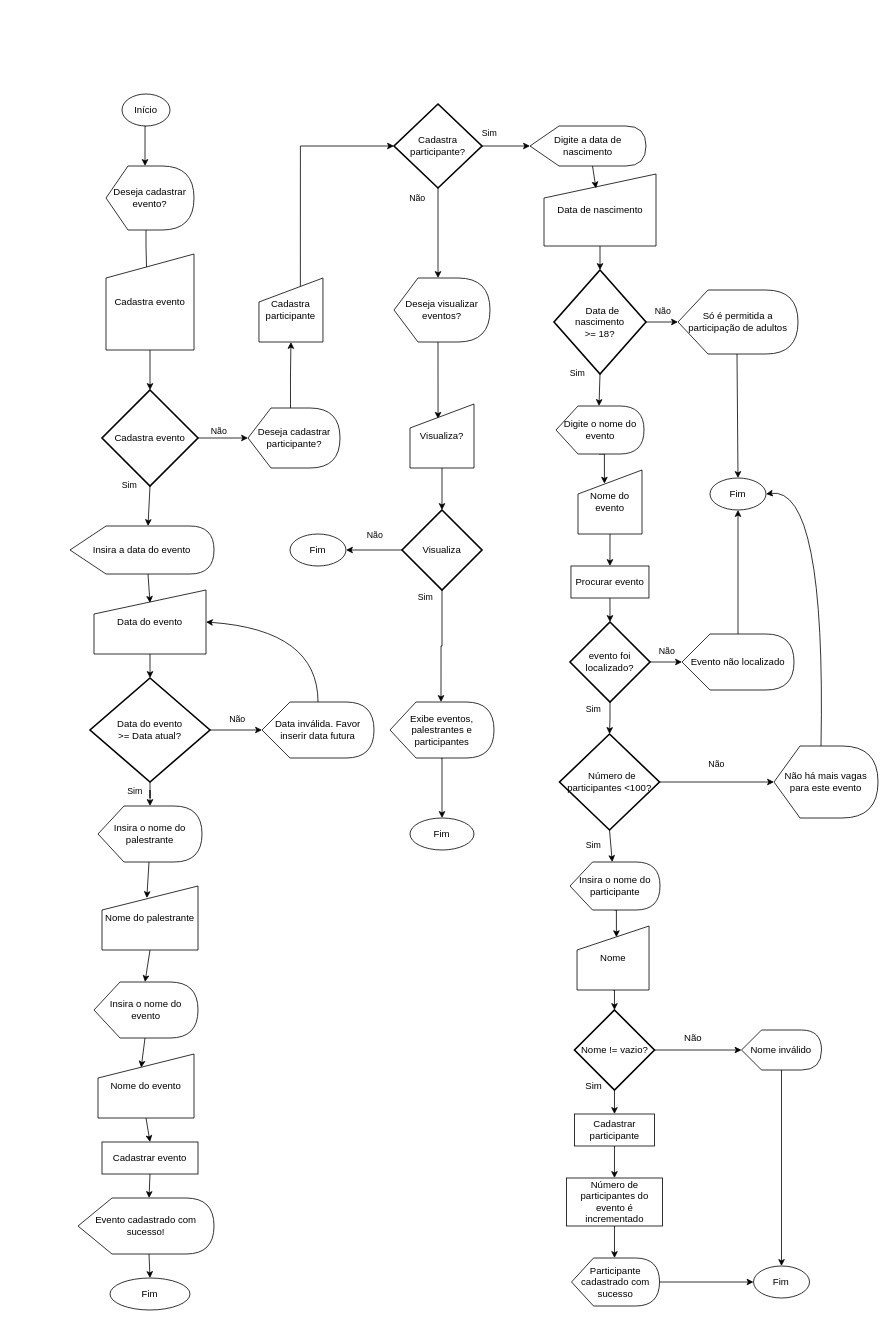
Before: UC8-AtividadeRemota.drawio in AildoJr/AulaRemotaLogProgSenai, a draw.io diagram. Source tidied: cells renumbered, new cells numbered last; positions are measured from the earlier drawing's top-left corner, leaving out a move shared by most shapes. Both pictures are drawn from the tidied source at 80%, with x=0, y=0 at pixel (14, 14).
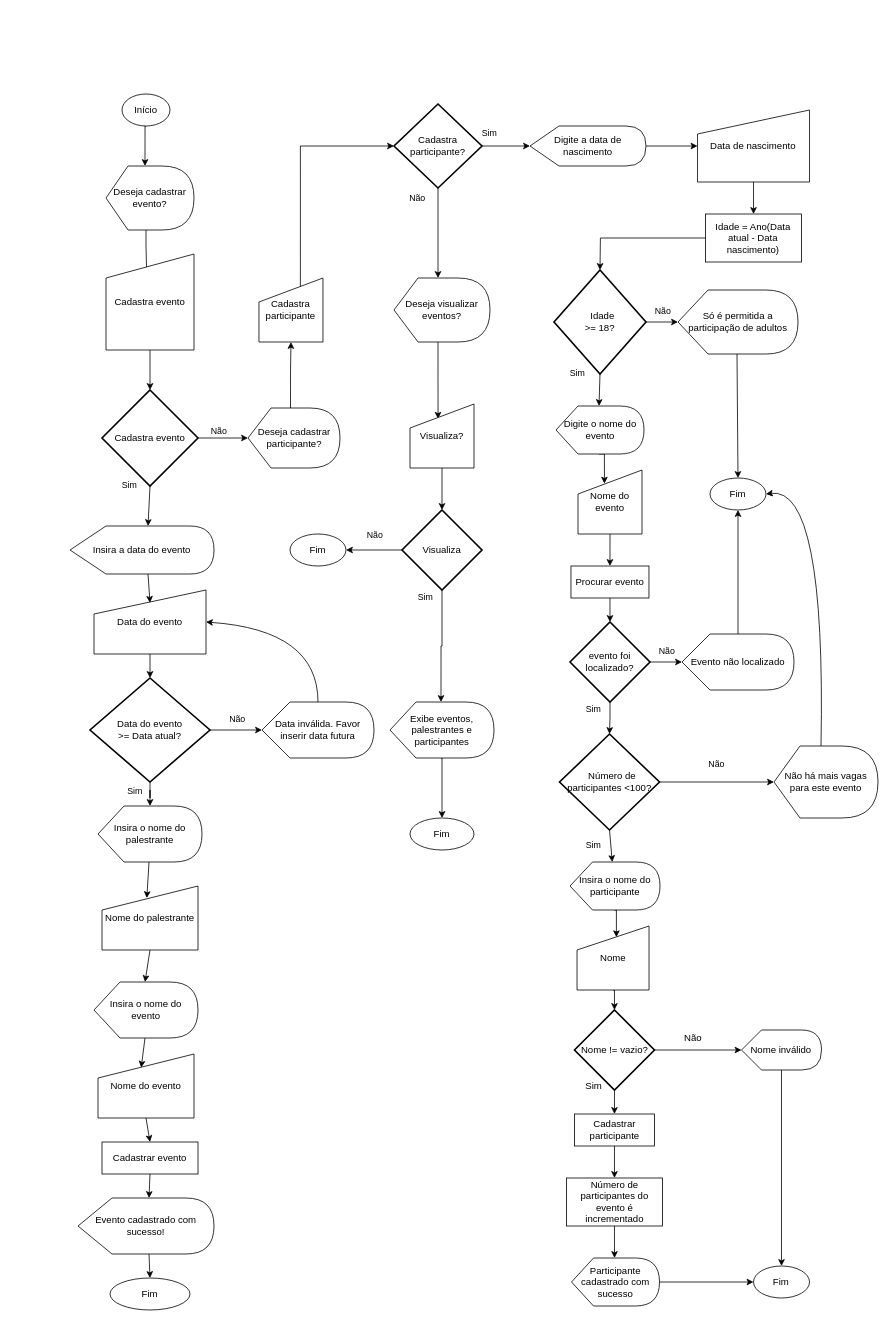
After the change.

Unchanged cells that the change refers to:
```xml
<mxCell id="17" value="Digite a data de nascimento" style="shape=display;whiteSpace=wrap;html=1;fontSize=12;" parent="1" vertex="1">
  <mxGeometry x="645" y="140" width="145" height="50" as="geometry" />
</mxCell>
```

What changed in the source:
```diff
@@
+    <mxCell id="20" style="edgeStyle=orthogonalEdgeStyle;rounded=0;jettySize=auto;html=1;exitX=1;exitY=0.5;exitDx=0;exitDy=0;exitPerimeter=0;entryX=0;entryY=0.5;entryDx=0;entryDy=0;" parent="1" edge="1" source="17" target="18">
+      <mxGeometry relative="1" as="geometry" />
+    </mxCell>
@@
     <mxCell id="18" value="Data de nascimento" style="shape=manualInput;whiteSpace=wrap;html=1;fontSize=12;" parent="1" vertex="1">
-      <mxGeometry x="662.5" y="200" width="140" height="90" as="geometry" />
+      <mxGeometry x="854.4" y="120" width="140" height="90" as="geometry" />
     </mxCell>
-    <mxCell id="19" value="&amp;nbsp; Data de nascimento &lt;br&gt;&amp;gt;= 18?" style="strokeWidth=2;html=1;shape=mxgraph.flowchart.decision;whiteSpace=wrap;fontSize=12;" parent="1" vertex="1">
+    <mxCell id="19" value="&amp;nbsp; Idade&lt;br&gt;&amp;gt;= 18?" style="strokeWidth=2;html=1;shape=mxgraph.flowchart.decision;whiteSpace=wrap;fontSize=12;" parent="1" vertex="1">
       <mxGeometry x="675" y="320" width="115" height="130" as="geometry" />
     </mxCell>
-    <mxCell id="20" style="endArrow=classic;html=1;rounded=0;fontSize=14;exitX=0;exitY=0;exitDx=78.125;exitDy=50;exitPerimeter=0;entryX=0.464;entryY=0.2;entryDx=0;entryDy=0;entryPerimeter=0;" parent="1" edge="1" source="17" target="18">
-      <mxGeometry relative="1" as="geometry" />
-    </mxCell>
-    <mxCell id="21" style="endArrow=classic;html=1;rounded=0;fontSize=14;exitX=0.5;exitY=1;exitDx=0;exitDy=0;entryX=0.5;entryY=0;entryDx=0;entryDy=0;entryPerimeter=0;" parent="1" edge="1" source="18" target="19">
+    <mxCell id="21" style="endArrow=classic;html=1;rounded=0;fontSize=14;exitX=0.5;exitY=1;exitDx=0;exitDy=0;entryX=0.5;entryY=0;entryDx=0;entryDy=0;" parent="1" edge="1" source="18" target="109">
       <mxGeometry relative="1" as="geometry" />
     </mxCell>
@@
+    <mxCell id="109" value="Idade = Ano(Data atual - Data nascimento)" style="rounded=0;whiteSpace=wrap;html=1;" parent="1" vertex="1">
+      <mxGeometry x="864.4" y="250" width="120" height="60" as="geometry" />
+    </mxCell>
+    <mxCell id="110" style="endArrow=none;html=1;rounded=0;exitX=0.5;exitY=0;exitDx=0;exitDy=0;exitPerimeter=0;entryX=0;entryY=0.5;entryDx=0;entryDy=0;endFill=0;startArrow=classic;startFill=1;" parent="1" edge="1" source="19" target="109">
+      <mxGeometry relative="1" as="geometry">
+        <Array as="points">
+          <mxPoint x="733" y="280" />
+        </Array>
+      </mxGeometry>
+    </mxCell>
```
